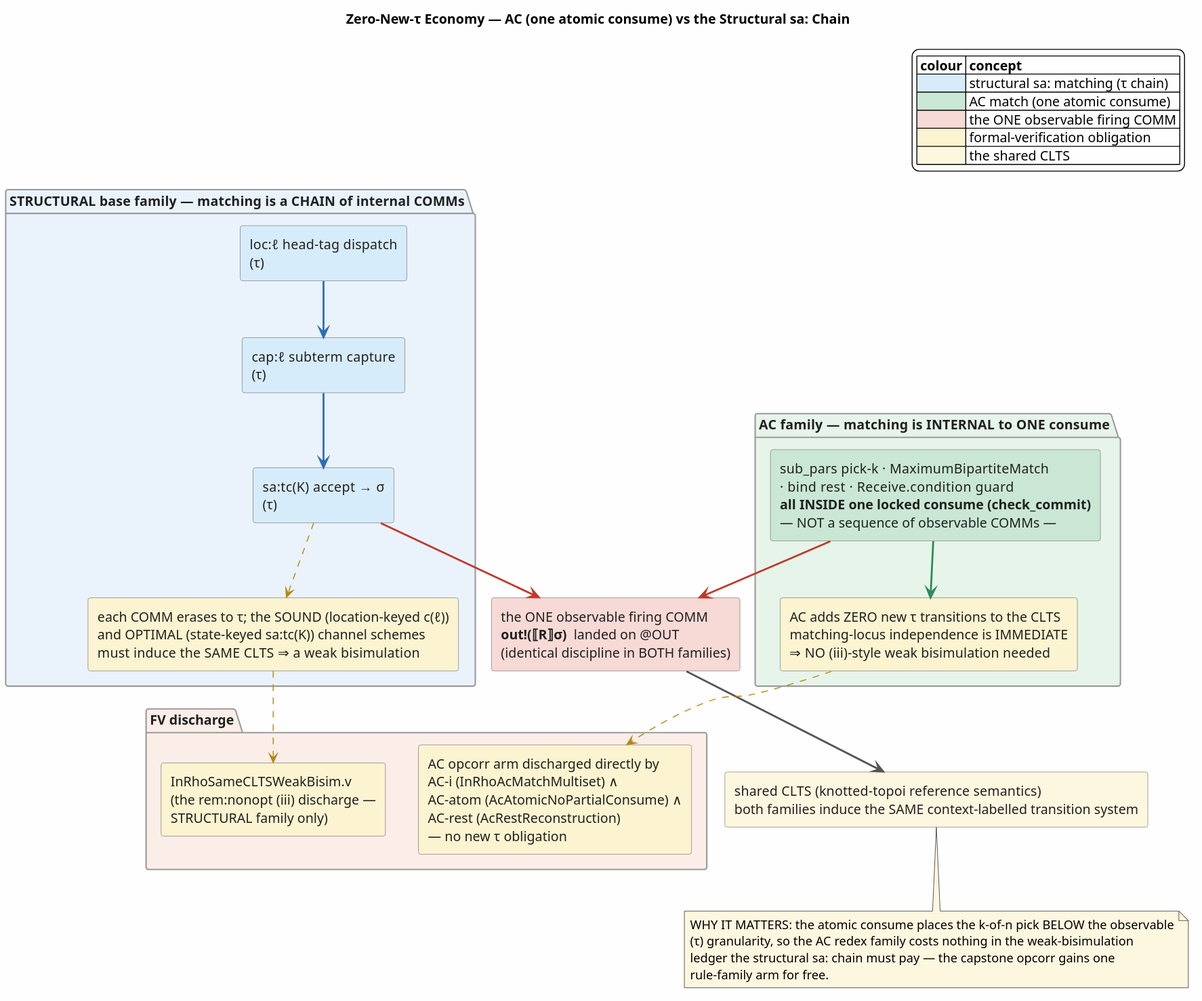
Before: docs/architecture/rho-native-integration/figures/in-rho-ac-matching-tau-economy.svg, a diagram exported from PlantUML (F1R3FLY-io/mettail-rust). The source it was exported from:
```plantuml
@startuml
skinparam backgroundColor #FEFEFE
skinparam defaultFontName sans
skinparam componentStyle rectangle
skinparam shadowing false
skinparam ArrowColor #555555
skinparam rectangle {
  BorderColor #7A7A7A
  FontColor #202020
}
skinparam package {
  BorderColor #9A9A9A
  FontColor #202020
}

title Zero-New-τ Economy — AC (one atomic consume) vs the Structural sa: Chain

legend top right
  |= colour |= concept |
  |<#D7ECFB>| structural sa: matching (τ chain) |
  |<#C9E7D4>| AC match (one atomic consume) |
  |<#F7D9D5>| the ONE observable firing COMM |
  |<#FCF3D0>| formal-verification obligation |
  |<#FEF7E0>| the shared CLTS |
endlegend

package "STRUCTURAL base family  —  matching is a CHAIN of internal COMMs" #EAF3FC {
  rectangle "loc:ℓ  head-tag dispatch\n(τ)" as L1 #D7ECFB
  rectangle "cap:ℓ  subterm capture\n(τ)" as L2 #D7ECFB
  rectangle "sa:tc(K)  accept  → σ\n(τ)" as L3 #D7ECFB
  L1 -[#2E6DB4,thickness=2]-> L2
  L2 -[#2E6DB4,thickness=2]-> L3
  rectangle "each COMM erases to τ; the SOUND (location-keyed c(ℓ))\nand OPTIMAL (state-keyed sa:tc(K)) channel schemes\nmust induce the SAME CLTS  ⇒  a weak bisimulation" as LNEED #FCF3D0
  L3 -[#B8860B,dashed]-> LNEED
}

package "AC family  —  matching is INTERNAL to ONE consume" #E6F4EA {
  rectangle "sub_pars pick-k  ·  MaximumBipartiteMatch\n·  bind rest  ·  Receive.condition guard\n<b>all INSIDE one locked consume (check_commit)</b>\n— NOT a sequence of observable COMMs —" as A1 #C9E7D4
  rectangle "AC adds ZERO new τ transitions to the CLTS\nmatching-locus independence is IMMEDIATE\n⇒  NO (iii)-style weak bisimulation needed" as ANEED #FCF3D0
  A1 -[#2E8B57,thickness=2]-> ANEED
}

rectangle "the ONE observable firing COMM\n<b>out!(⟦R⟧σ)</b>  landed on @OUT\n(identical discipline in BOTH families)" as FIRE #F7D9D5
rectangle "shared CLTS  (knotted-topoi reference semantics)\nboth families induce the SAME context-labelled transition system" as CLTS #FEF7E0

L3 -[#C0392B,thickness=2]-> FIRE
A1 -[#C0392B,thickness=2]-> FIRE
FIRE -[#555555,thickness=2]-> CLTS

package "FV discharge" #FBEEE9 {
  rectangle "InRhoSameCLTSWeakBisim.v\n(the rem:nonopt (iii) discharge —\nSTRUCTURAL family only)" as FVS #FCF3D0
  rectangle "AC opcorr arm discharged directly by\nAC-i (InRhoAcMatchMultiset) ∧\nAC-atom (AcAtomicNoPartialConsume) ∧\nAC-rest (AcRestReconstruction)\n— no new τ obligation" as FVA #FCF3D0
}

LNEED -[#B8860B,dashed]-> FVS
ANEED -[#B8860B,dashed]-> FVA

note bottom of CLTS #FEF7E0
  WHY IT MATTERS: the atomic consume places the k-of-n pick BELOW the observable
  (τ) granularity, so the AC redex family costs nothing in the weak-bisimulation
  ledger the structural sa: chain must pay — the capstone opcorr gains one
  rule-family arm for free.
end note
@enduml
```
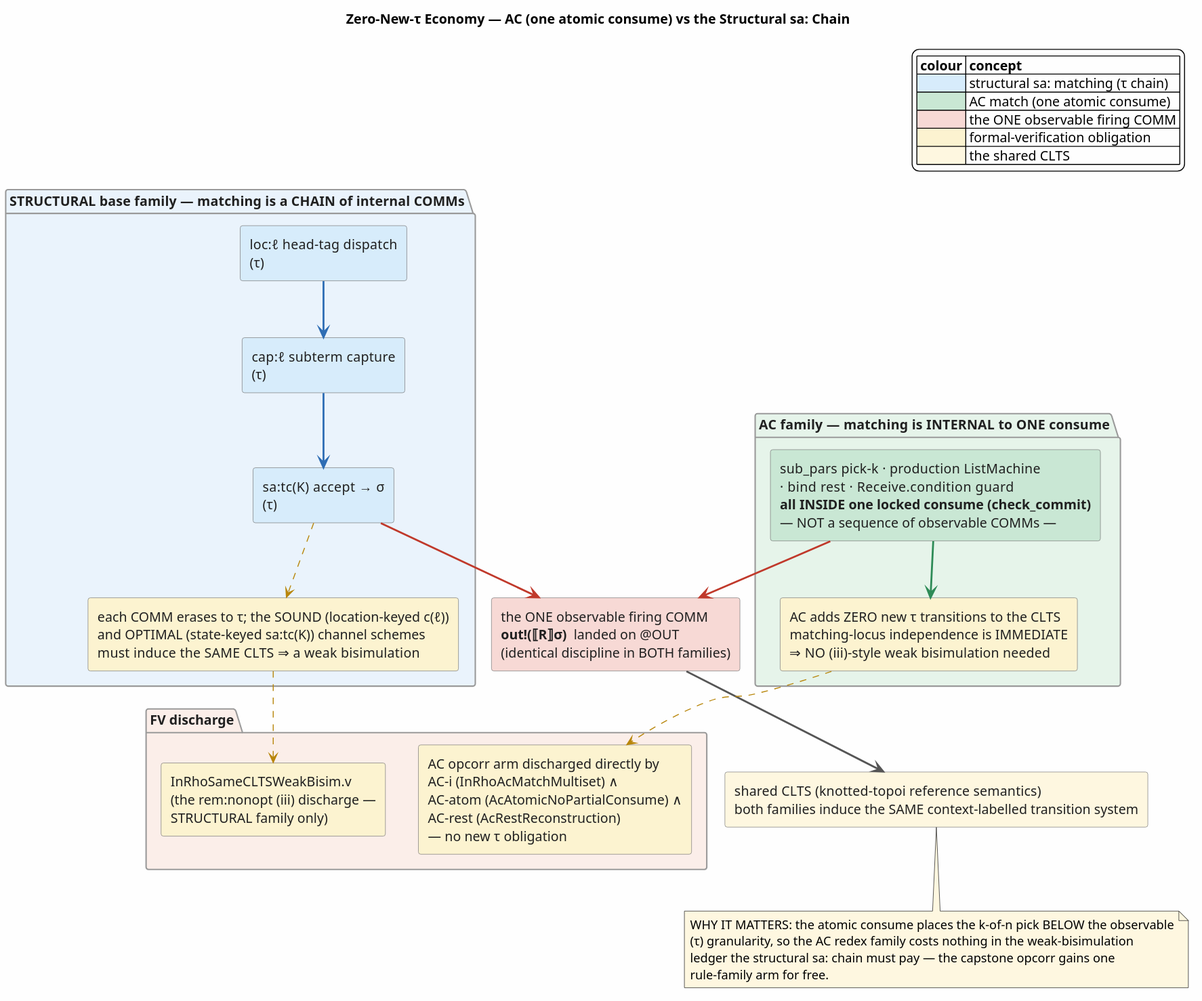
After the change.

What changed in the source:
```diff
@@ -35,7 +35,7 @@
 }
 
 package "AC family  —  matching is INTERNAL to ONE consume" #E6F4EA {
-  rectangle "sub_pars pick-k  ·  MaximumBipartiteMatch\n·  bind rest  ·  Receive.condition guard\n<b>all INSIDE one locked consume (check_commit)</b>\n— NOT a sequence of observable COMMs —" as A1 #C9E7D4
+  rectangle "sub_pars pick-k  ·  production ListMachine\n·  bind rest  ·  Receive.condition guard\n<b>all INSIDE one locked consume (check_commit)</b>\n— NOT a sequence of observable COMMs —" as A1 #C9E7D4
   rectangle "AC adds ZERO new τ transitions to the CLTS\nmatching-locus independence is IMMEDIATE\n⇒  NO (iii)-style weak bisimulation needed" as ANEED #FCF3D0
   A1 -[#2E8B57,thickness=2]-> ANEED
 }
```
